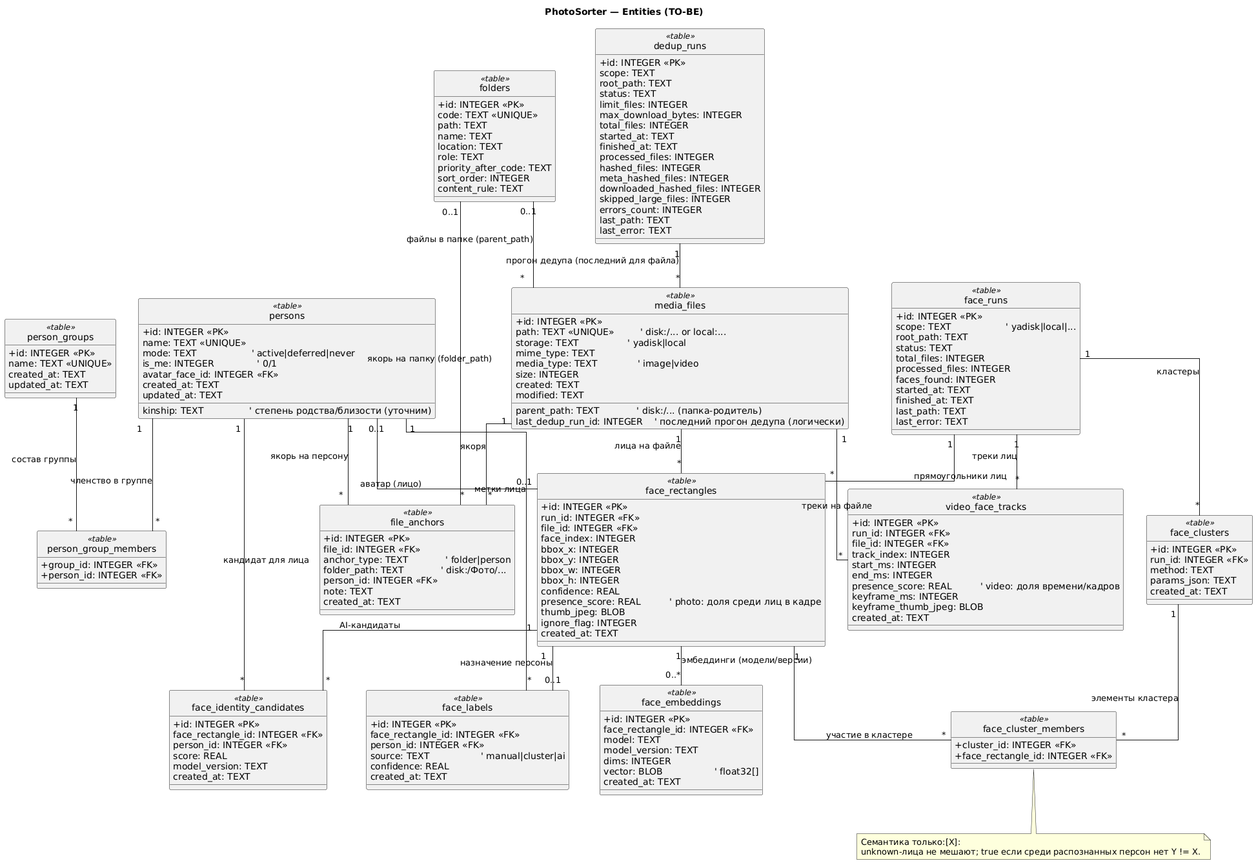
Before: docs/diagrams/entities_to_be.png, a diagram exported from PlantUML (mzaborov/PhotoSorter).
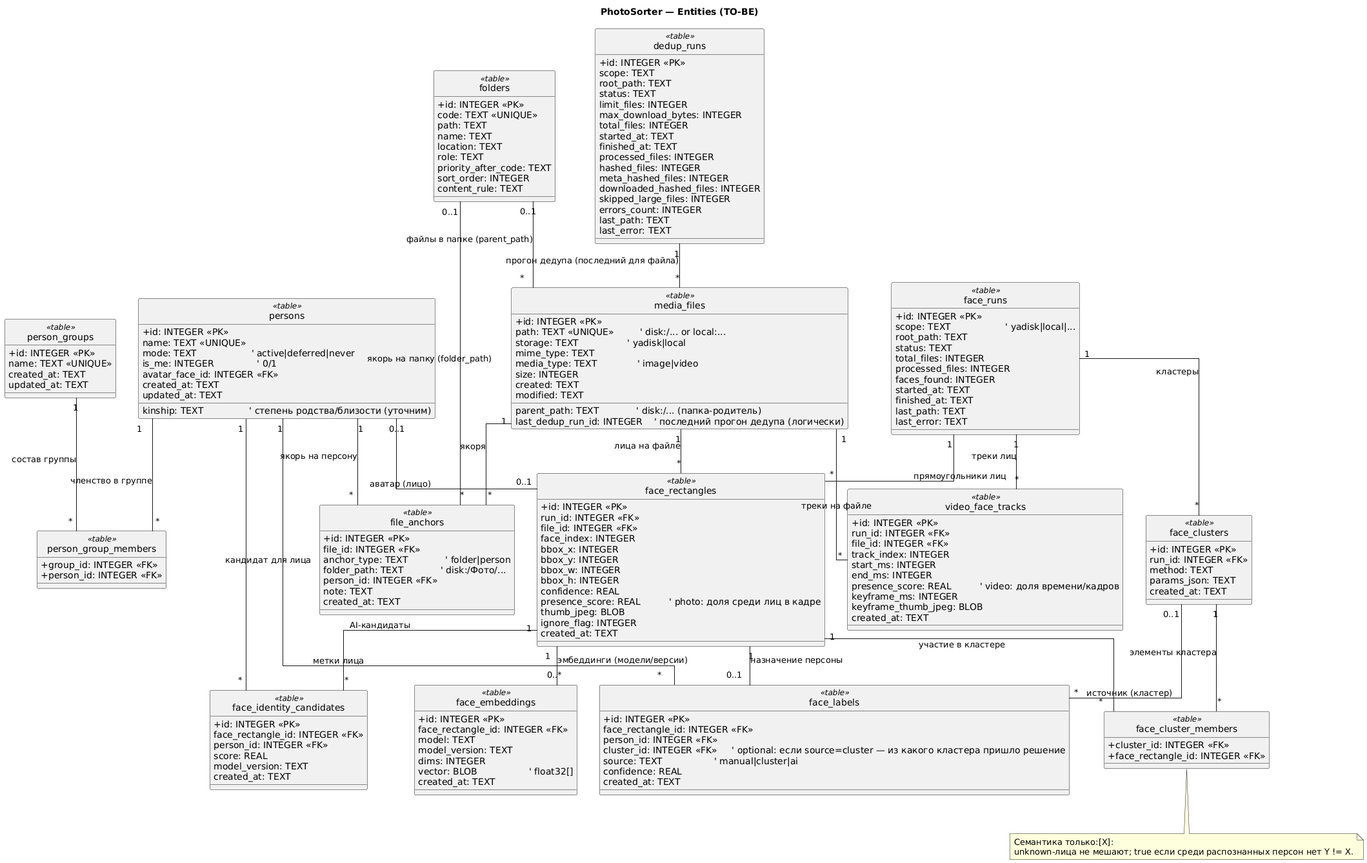
Later version of the same file.

Commit message:
to-be: face_labels cluster_id (source=cluster)

Change to the diagram source:
```diff
@@ -118,6 +118,7 @@
   +id: INTEGER <<PK>>
   face_rectangle_id: INTEGER <<FK>>
   person_id: INTEGER <<FK>>
+  cluster_id: INTEGER <<FK>>     ' optional: если source=cluster — из какого кластера пришло решение
   source: TEXT                  ' manual|cluster|ai
   confidence: REAL
   created_at: TEXT
@@ -125,6 +126,7 @@
 
 face_rectangles "1" -- "0..1" face_labels : назначение персоны
 persons "1" -- "*" face_labels : метки лица
+face_clusters "0..1" -- "*" face_labels : источник (кластер)
 
 class face_identity_candidates <<table>> {
   +id: INTEGER <<PK>>
```
